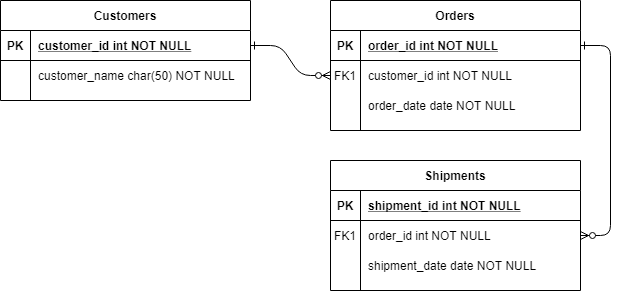
kelasang/uml keeps this draw.io diagram as 粤医保/办事进度er图.png. Above is the earlier version. Source tidied: cells renumbered, new cells last; positions are measured from the earlier drawing's top-left corner, leaving out a move shared by most shapes. The source it was exported from:
```xml
<mxGraphModel>
  <root>
    <mxCell id="0" />
    <mxCell id="1" parent="0" />
    <mxCell id="2" style="edgeStyle=entityRelationEdgeStyle;endArrow=ERzeroToMany;startArrow=ERone;endFill=1;startFill=0;" parent="1" edge="1" source="25" target="8">
      <mxGeometry relative="1" as="geometry" />
    </mxCell>
    <mxCell id="3" style="edgeStyle=entityRelationEdgeStyle;endArrow=ERzeroToMany;startArrow=ERone;endFill=1;startFill=0;" parent="1" edge="1" source="5" target="18">
      <mxGeometry relative="1" as="geometry" />
    </mxCell>
    <mxCell id="4" value="Orders" style="shape=table;startSize=30;rowLines=0;fontStyle=1;align=center;" parent="1" vertex="1">
      <mxGeometry x="330" width="250" height="130" as="geometry" />
    </mxCell>
    <mxCell id="5" style="shape=partialRectangle;fillColor=none;points=[[0,0.5],[1,0.5]];portConstraint=eastwest;top=0;left=0;right=0;bottom=1;" parent="4" vertex="1">
      <mxGeometry y="30" width="250" height="30" as="geometry" />
    </mxCell>
    <mxCell id="6" value="PK" style="shape=partialRectangle;overflow=hidden;fillColor=none;top=0;left=0;bottom=0;right=0;fontStyle=1;" parent="5" vertex="1">
      <mxGeometry width="30" height="30" as="geometry" />
    </mxCell>
    <mxCell id="7" value="order_id int NOT NULL " style="shape=partialRectangle;overflow=hidden;fillColor=none;top=0;left=0;bottom=0;right=0;align=left;spacingLeft=6;fontStyle=5;" parent="5" vertex="1">
      <mxGeometry x="30" width="220" height="30" as="geometry" />
    </mxCell>
    <mxCell id="8" style="shape=partialRectangle;fillColor=none;points=[[0,0.5],[1,0.5]];portConstraint=eastwest;top=0;left=0;right=0;bottom=0;" parent="4" vertex="1">
      <mxGeometry y="60" width="250" height="30" as="geometry" />
    </mxCell>
    <mxCell id="9" value="FK1" style="shape=partialRectangle;overflow=hidden;fillColor=none;top=0;left=0;bottom=0;right=0;" parent="8" vertex="1">
      <mxGeometry width="30" height="30" as="geometry" />
    </mxCell>
    <mxCell id="10" value="customer_id int NOT NULL" style="shape=partialRectangle;overflow=hidden;fillColor=none;top=0;left=0;bottom=0;right=0;align=left;spacingLeft=6;" parent="8" vertex="1">
      <mxGeometry x="30" width="220" height="30" as="geometry" />
    </mxCell>
    <mxCell id="11" style="shape=partialRectangle;fillColor=none;top=0;left=0;right=0;bottom=0;" parent="4" vertex="1">
      <mxGeometry y="90" width="250" height="30" as="geometry" />
    </mxCell>
    <mxCell id="12" style="shape=partialRectangle;overflow=hidden;fillColor=none;top=0;left=0;bottom=0;right=0;" parent="11" vertex="1">
      <mxGeometry width="30" height="30" as="geometry" />
    </mxCell>
    <mxCell id="13" value="order_date date NOT NULL" style="shape=partialRectangle;overflow=hidden;fillColor=none;top=0;left=0;bottom=0;right=0;align=left;spacingLeft=6;" parent="11" vertex="1">
      <mxGeometry x="30" width="220" height="30" as="geometry" />
    </mxCell>
    <mxCell id="14" value="Shipments" style="shape=table;startSize=30;rowLines=0;fontStyle=1;align=center;" parent="1" vertex="1">
      <mxGeometry x="330" y="160" width="250" height="130" as="geometry" />
    </mxCell>
    <mxCell id="15" style="shape=partialRectangle;fillColor=none;top=0;left=0;right=0;bottom=1;" parent="14" vertex="1">
      <mxGeometry y="30" width="250" height="30" as="geometry" />
    </mxCell>
    <mxCell id="16" value="PK" style="shape=partialRectangle;overflow=hidden;fillColor=none;top=0;left=0;bottom=0;right=0;fontStyle=1;" parent="15" vertex="1">
      <mxGeometry width="30" height="30" as="geometry" />
    </mxCell>
    <mxCell id="17" value="shipment_id int NOT NULL " style="shape=partialRectangle;overflow=hidden;fillColor=none;top=0;left=0;bottom=0;right=0;align=left;spacingLeft=6;fontStyle=5;" parent="15" vertex="1">
      <mxGeometry x="30" width="220" height="30" as="geometry" />
    </mxCell>
    <mxCell id="18" style="shape=partialRectangle;fillColor=none;points=[[0,0.5],[1,0.5]];portConstraint=eastwest;top=0;left=0;right=0;bottom=0;" parent="14" vertex="1">
      <mxGeometry y="60" width="250" height="30" as="geometry" />
    </mxCell>
    <mxCell id="19" value="FK1" style="shape=partialRectangle;overflow=hidden;fillColor=none;top=0;left=0;bottom=0;right=0;" parent="18" vertex="1">
      <mxGeometry width="30" height="30" as="geometry" />
    </mxCell>
    <mxCell id="20" value="order_id int NOT NULL" style="shape=partialRectangle;overflow=hidden;fillColor=none;top=0;left=0;bottom=0;right=0;align=left;spacingLeft=6;" parent="18" vertex="1">
      <mxGeometry x="30" width="220" height="30" as="geometry" />
    </mxCell>
    <mxCell id="21" style="shape=partialRectangle;fillColor=none;top=0;left=0;right=0;bottom=0;" parent="14" vertex="1">
      <mxGeometry y="90" width="250" height="30" as="geometry" />
    </mxCell>
    <mxCell id="22" style="shape=partialRectangle;overflow=hidden;fillColor=none;top=0;left=0;bottom=0;right=0;" parent="21" vertex="1">
      <mxGeometry width="30" height="30" as="geometry" />
    </mxCell>
    <mxCell id="23" value="shipment_date date NOT NULL" style="shape=partialRectangle;overflow=hidden;fillColor=none;top=0;left=0;bottom=0;right=0;align=left;spacingLeft=6;" parent="21" vertex="1">
      <mxGeometry x="30" width="220" height="30" as="geometry" />
    </mxCell>
    <mxCell id="24" value="Customers" style="shape=table;startSize=30;rowLines=0;fontStyle=1;align=center;" parent="1" vertex="1">
      <mxGeometry width="250" height="100" as="geometry" />
    </mxCell>
    <mxCell id="25" style="shape=partialRectangle;fillColor=none;points=[[0,0.5],[1,0.5]];portConstraint=eastwest;top=0;left=0;right=0;bottom=1;" parent="24" vertex="1">
      <mxGeometry y="30" width="250" height="30" as="geometry" />
    </mxCell>
    <mxCell id="26" value="PK" style="shape=partialRectangle;overflow=hidden;fillColor=none;top=0;left=0;bottom=0;right=0;fontStyle=1;" parent="25" vertex="1">
      <mxGeometry width="30" height="30" as="geometry" />
    </mxCell>
    <mxCell id="27" value="customer_id int NOT NULL " style="shape=partialRectangle;overflow=hidden;fillColor=none;top=0;left=0;bottom=0;right=0;align=left;spacingLeft=6;fontStyle=5;" parent="25" vertex="1">
      <mxGeometry x="30" width="220" height="30" as="geometry" />
    </mxCell>
    <mxCell id="28" style="shape=partialRectangle;fillColor=none;top=0;left=0;right=0;bottom=0;" parent="24" vertex="1">
      <mxGeometry y="60" width="250" height="30" as="geometry" />
    </mxCell>
    <mxCell id="29" style="shape=partialRectangle;overflow=hidden;fillColor=none;top=0;left=0;bottom=0;right=0;" parent="28" vertex="1">
      <mxGeometry width="30" height="30" as="geometry" />
    </mxCell>
    <mxCell id="30" value="customer_name char(50) NOT NULL" style="shape=partialRectangle;overflow=hidden;fillColor=none;top=0;left=0;bottom=0;right=0;align=left;spacingLeft=6;" parent="28" vertex="1">
      <mxGeometry x="30" width="220" height="30" as="geometry" />
    </mxCell>
  </root>
</mxGraphModel>
```
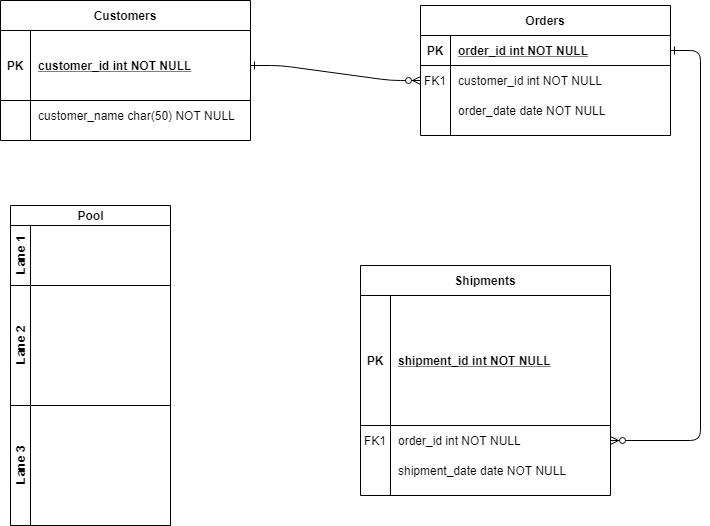
The same file after the commit.

Commit message:
更新办事进度er图.png

Change to the diagram source:
```diff
@@ -39,19 +39,19 @@
       <mxGeometry x="30" width="220" height="30" as="geometry" />
     </mxCell>
     <mxCell id="14" value="Shipments" style="shape=table;startSize=30;rowLines=0;fontStyle=1;align=center;" parent="1" vertex="1">
-      <mxGeometry x="330" y="160" width="250" height="130" as="geometry" />
+      <mxGeometry x="270" y="260" width="250" height="230" as="geometry" />
     </mxCell>
     <mxCell id="15" style="shape=partialRectangle;fillColor=none;top=0;left=0;right=0;bottom=1;" parent="14" vertex="1">
-      <mxGeometry y="30" width="250" height="30" as="geometry" />
+      <mxGeometry y="30" width="250" height="130" as="geometry" />
     </mxCell>
     <mxCell id="16" value="PK" style="shape=partialRectangle;overflow=hidden;fillColor=none;top=0;left=0;bottom=0;right=0;fontStyle=1;" parent="15" vertex="1">
-      <mxGeometry width="30" height="30" as="geometry" />
+      <mxGeometry width="30" height="130" as="geometry" />
     </mxCell>
     <mxCell id="17" value="shipment_id int NOT NULL " style="shape=partialRectangle;overflow=hidden;fillColor=none;top=0;left=0;bottom=0;right=0;align=left;spacingLeft=6;fontStyle=5;" parent="15" vertex="1">
-      <mxGeometry x="30" width="220" height="30" as="geometry" />
+      <mxGeometry x="30" width="220" height="130" as="geometry" />
     </mxCell>
     <mxCell id="18" style="shape=partialRectangle;fillColor=none;points=[[0,0.5],[1,0.5]];portConstraint=eastwest;top=0;left=0;right=0;bottom=0;" parent="14" vertex="1">
-      <mxGeometry y="60" width="250" height="30" as="geometry" />
+      <mxGeometry y="160" width="250" height="30" as="geometry" />
     </mxCell>
     <mxCell id="19" value="FK1" style="shape=partialRectangle;overflow=hidden;fillColor=none;top=0;left=0;bottom=0;right=0;" parent="18" vertex="1">
       <mxGeometry width="30" height="30" as="geometry" />
@@ -60,7 +60,7 @@
       <mxGeometry x="30" width="220" height="30" as="geometry" />
     </mxCell>
     <mxCell id="21" style="shape=partialRectangle;fillColor=none;top=0;left=0;right=0;bottom=0;" parent="14" vertex="1">
-      <mxGeometry y="90" width="250" height="30" as="geometry" />
+      <mxGeometry y="190" width="250" height="30" as="geometry" />
     </mxCell>
     <mxCell id="22" style="shape=partialRectangle;overflow=hidden;fillColor=none;top=0;left=0;bottom=0;right=0;" parent="21" vertex="1">
       <mxGeometry width="30" height="30" as="geometry" />
@@ -69,19 +69,19 @@
       <mxGeometry x="30" width="220" height="30" as="geometry" />
     </mxCell>
     <mxCell id="24" value="Customers" style="shape=table;startSize=30;rowLines=0;fontStyle=1;align=center;" parent="1" vertex="1">
-      <mxGeometry width="250" height="100" as="geometry" />
+      <mxGeometry x="-90" y="-5" width="250" height="140" as="geometry" />
     </mxCell>
     <mxCell id="25" style="shape=partialRectangle;fillColor=none;points=[[0,0.5],[1,0.5]];portConstraint=eastwest;top=0;left=0;right=0;bottom=1;" parent="24" vertex="1">
-      <mxGeometry y="30" width="250" height="30" as="geometry" />
+      <mxGeometry y="30" width="250" height="70" as="geometry" />
     </mxCell>
     <mxCell id="26" value="PK" style="shape=partialRectangle;overflow=hidden;fillColor=none;top=0;left=0;bottom=0;right=0;fontStyle=1;" parent="25" vertex="1">
-      <mxGeometry width="30" height="30" as="geometry" />
+      <mxGeometry width="30" height="70" as="geometry" />
     </mxCell>
     <mxCell id="27" value="customer_id int NOT NULL " style="shape=partialRectangle;overflow=hidden;fillColor=none;top=0;left=0;bottom=0;right=0;align=left;spacingLeft=6;fontStyle=5;" parent="25" vertex="1">
-      <mxGeometry x="30" width="220" height="30" as="geometry" />
+      <mxGeometry x="30" width="220" height="70" as="geometry" />
     </mxCell>
     <mxCell id="28" style="shape=partialRectangle;fillColor=none;top=0;left=0;right=0;bottom=0;" parent="24" vertex="1">
-      <mxGeometry y="60" width="250" height="30" as="geometry" />
+      <mxGeometry y="100" width="250" height="30" as="geometry" />
     </mxCell>
     <mxCell id="29" style="shape=partialRectangle;overflow=hidden;fillColor=none;top=0;left=0;bottom=0;right=0;" parent="28" vertex="1">
       <mxGeometry width="30" height="30" as="geometry" />
@@ -89,5 +89,17 @@
     <mxCell id="30" value="customer_name char(50) NOT NULL" style="shape=partialRectangle;overflow=hidden;fillColor=none;top=0;left=0;bottom=0;right=0;align=left;spacingLeft=6;" parent="28" vertex="1">
       <mxGeometry x="30" width="220" height="30" as="geometry" />
     </mxCell>
+    <mxCell id="31" value="Pool" style="swimlane;html=1;horizontal=1;startSize=20;" parent="1" vertex="1">
+      <mxGeometry x="-80" y="200" width="160" height="320" as="geometry" />
+    </mxCell>
+    <mxCell id="32" value="Lane 1" style="swimlane;html=1;startSize=20;horizontal=0;" parent="31" vertex="1">
+      <mxGeometry y="20" width="160" height="60" as="geometry" />
+    </mxCell>
+    <mxCell id="33" value="Lane 2" style="swimlane;html=1;startSize=20;horizontal=0;" parent="31" vertex="1">
+      <mxGeometry y="80" width="160" height="120" as="geometry" />
+    </mxCell>
+    <mxCell id="34" value="Lane 3" style="swimlane;html=1;startSize=20;horizontal=0;" parent="31" vertex="1">
+      <mxGeometry y="200" width="160" height="120" as="geometry" />
+    </mxCell>
   </root>
 </mxGraphModel>
```
